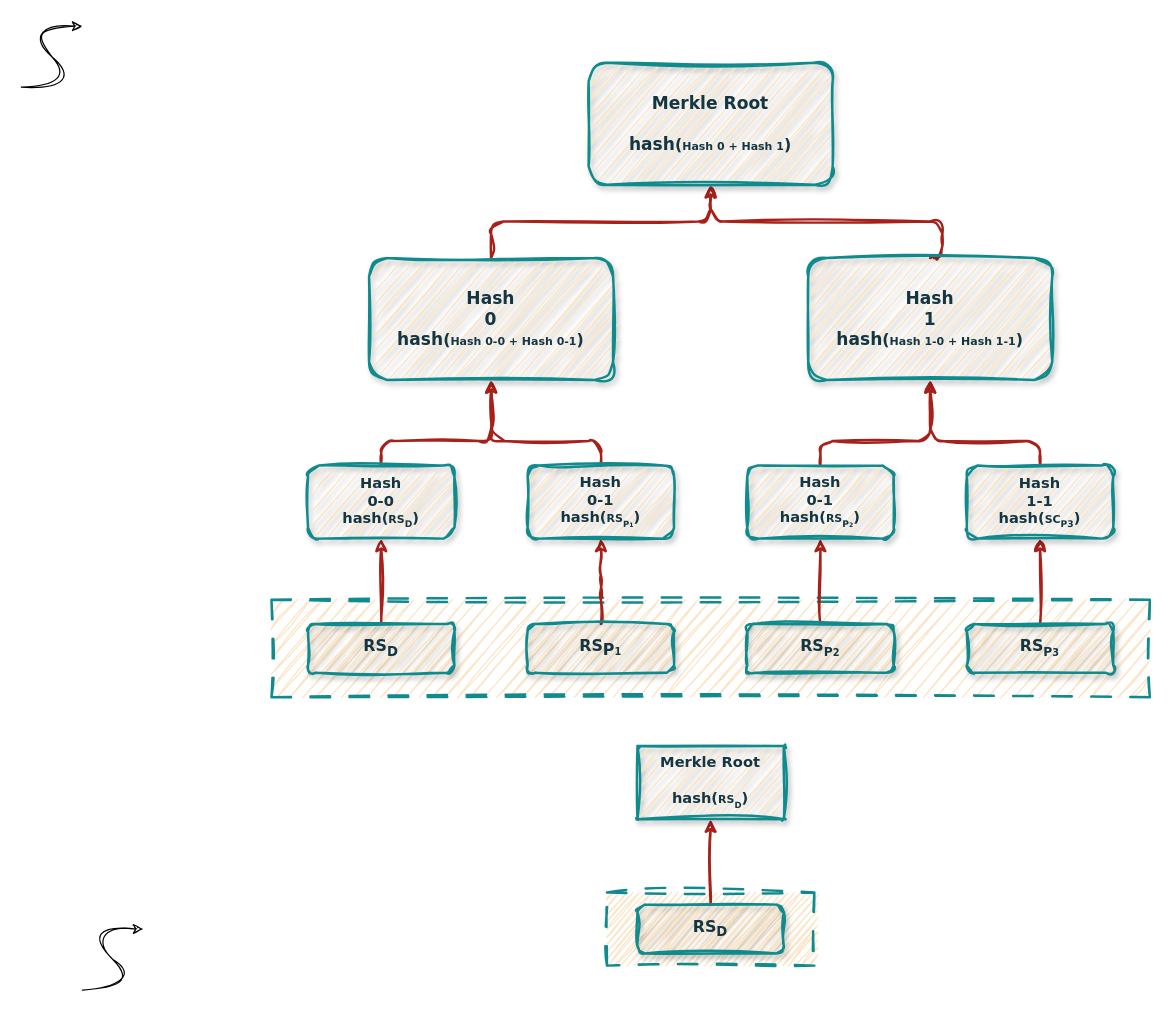
Andyvince01/UNISA2022-23.APS keeps this draw.io diagram as page "Merkle Tree" (2 of 4) of Varie/Diagrammi Relazione.drawio. Above is the earlier version. Source tidied: cells renumbered, new cells numbered last; positions are measured from the earlier drawing's top-left corner, leaving out a move shared by most shapes. Both pictures are drawn from the tidied source at 122%, with x=0, y=0 at pixel (21, 26).
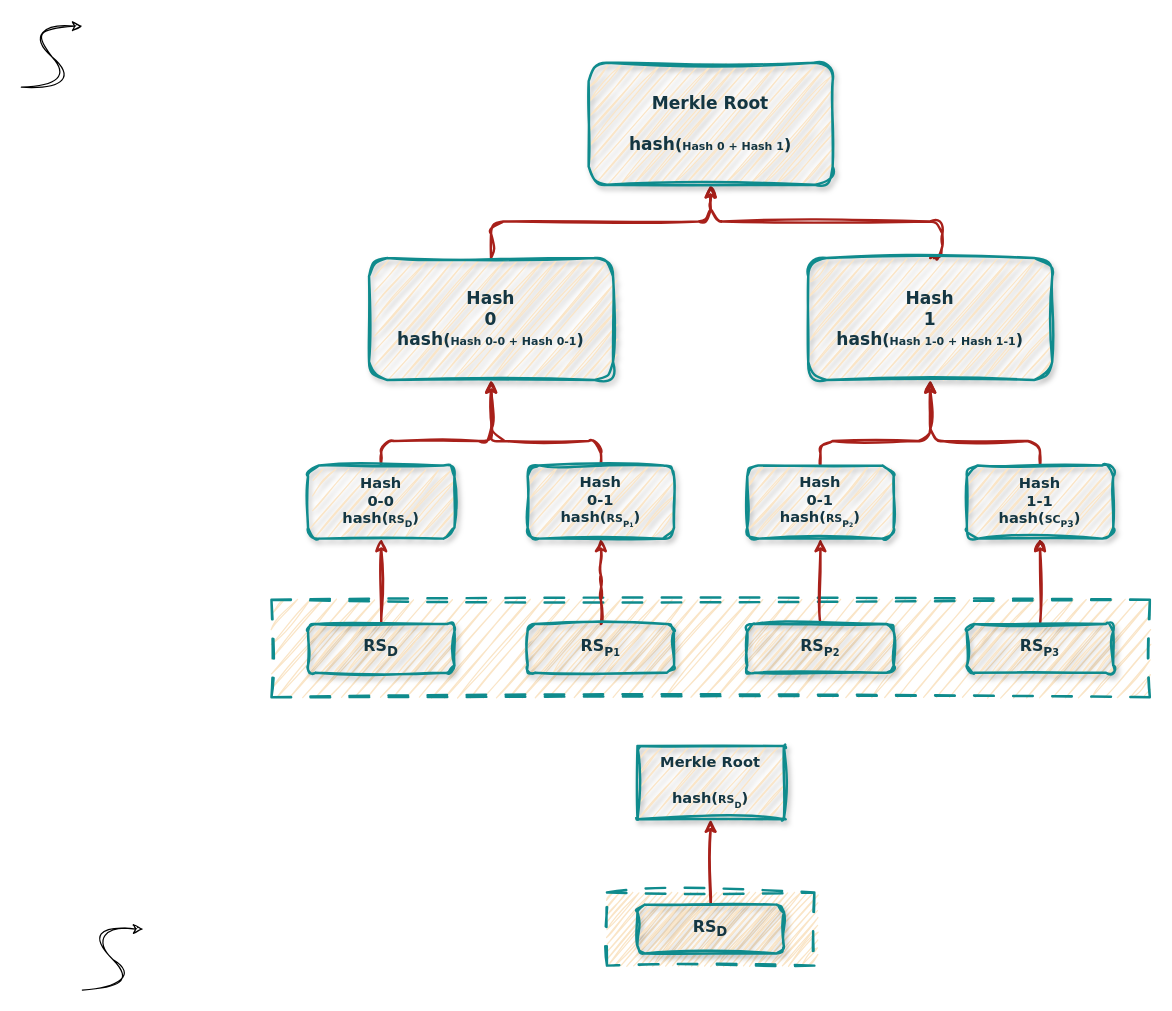
Above is the later version.

Commit message (it also covers changes not shown here):
Rivisitazione WP1, WP2 e WP3 della Relazione.docx

Change to the diagram source:
```diff
@@
-    <mxCell id="7" value="&lt;font style=&quot;&quot;&gt;&lt;font style=&quot;&quot;&gt;&lt;font style=&quot;font-size: 13px;&quot;&gt;RS&lt;/font&gt;&lt;sub style=&quot;&quot;&gt;&lt;span style=&quot;font-size: 13px;&quot;&gt;P&lt;/span&gt;&lt;font style=&quot;font-size: 8px;&quot;&gt;1&lt;/font&gt;&lt;/sub&gt;&lt;/font&gt;&lt;/font&gt;" style="whiteSpace=wrap;html=1;rounded=1;shadow=1;labelBackgroundColor=none;strokeWidth=2;fontFamily=Verdana;fontSize=12;align=center;sketch=1;curveFitting=1;jiggle=2;fillColor=#FAE5C7;strokeColor=#0F8B8D;fontColor=#143642;fontStyle=1;labelBorderColor=none;" parent="1" vertex="1">
+    <mxCell id="7" value="&lt;font style=&quot;border-color: var(--border-color); font-size: 13px;&quot;&gt;RS&lt;/font&gt;&lt;sub style=&quot;border-color: var(--border-color);&quot;&gt;P&lt;font style=&quot;border-color: var(--border-color); font-size: 8px;&quot;&gt;1&lt;/font&gt;&lt;/sub&gt;" style="whiteSpace=wrap;html=1;rounded=1;shadow=1;labelBackgroundColor=none;strokeWidth=2;fontFamily=Verdana;fontSize=12;align=center;sketch=1;curveFitting=1;jiggle=2;fillColor=#FAE5C7;strokeColor=#0F8B8D;fontColor=#143642;fontStyle=1;labelBorderColor=none;" parent="1" vertex="1">
       <mxGeometry x="415" y="490" width="120" height="40" as="geometry" />
     </mxCell>
```
